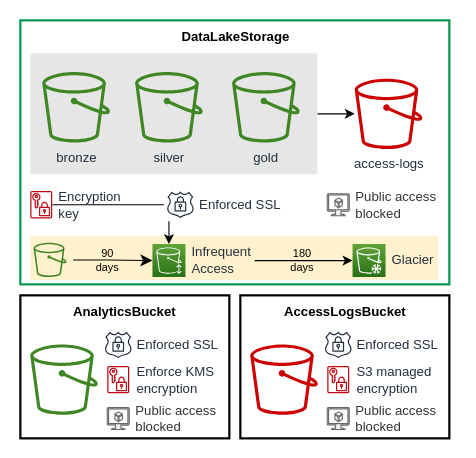
Above: page "adsf-data-lake" (1 of 5) of website/static/img/adsf-diagrams.drawio in awslabs/data-solutions-framework-on-aws (draw.io), before the change. Source tidied: cells renumbered, new cells numbered last; positions are measured from the earlier drawing's top-left corner, leaving out a move shared by most shapes. Both pictures are drawn from the tidied source at 110%, with x=0, y=0 at pixel (20, 20).
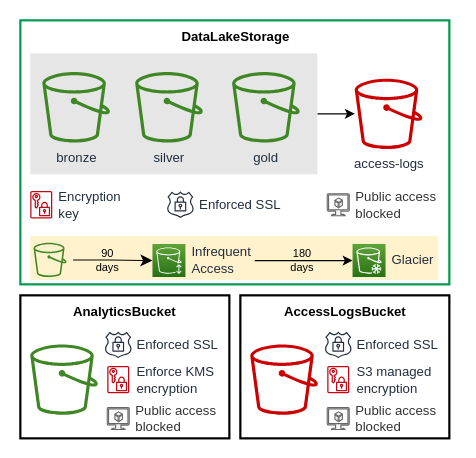
Above is the later version.

Unchanged cells that the change refers to:
```xml
<mxCell id="10" value="&lt;div&gt;Encryption&lt;/div&gt;&lt;div&gt;key&lt;br&gt;&lt;/div&gt;" style="sketch=0;outlineConnect=0;fontColor=#232F3E;gradientColor=none;fillColor=#BF0816;strokeColor=none;dashed=0;verticalLabelPosition=middle;verticalAlign=middle;align=left;html=1;fontSize=12;fontStyle=0;shape=mxgraph.aws4.data_encryption_key;rounded=1;labelBackgroundColor=none;labelBorderColor=none;strokeWidth=2;labelPosition=right;spacingLeft=4;" parent="1" vertex="1">
  <mxGeometry x="9" y="155" width="20" height="25.2" as="geometry" />
</mxCell>
<mxCell id="25" value="&lt;div style=&quot;font-size: 12px;&quot;&gt;Infrequent&lt;/div&gt;&lt;div style=&quot;font-size: 12px;&quot;&gt;Access&lt;br style=&quot;font-size: 12px;&quot;&gt;&lt;/div&gt;" style="sketch=0;points=[[0,0,0],[0.25,0,0],[0.5,0,0],[0.75,0,0],[1,0,0],[0,1,0],[0.25,1,0],[0.5,1,0],[0.75,1,0],[1,1,0],[0,0.25,0],[0,0.5,0],[0,0.75,0],[1,0.25,0],[1,0.5,0],[1,0.75,0]];outlineConnect=0;fontColor=#232F3E;gradientColor=#60A337;gradientDirection=north;fillColor=#277116;strokeColor=#ffffff;dashed=0;verticalLabelPosition=middle;verticalAlign=middle;align=left;html=1;fontSize=12;fontStyle=0;shape=mxgraph.aws4.resourceIcon;resIcon=mxgraph.aws4.infrequent_access_storage_class;labelPosition=right;spacingLeft=4;" parent="1" vertex="1">
  <mxGeometry x="120.1" y="203.4" width="30" height="30" as="geometry" />
</mxCell>
```

Change to the diagram source:
```diff
@@
-    <mxCell id="9" style="edgeStyle=orthogonalEdgeStyle;rounded=0;jettySize=auto;html=1;" parent="1" edge="1" source="10" target="25">
-      <mxGeometry relative="1" as="geometry" />
-    </mxCell>
```
